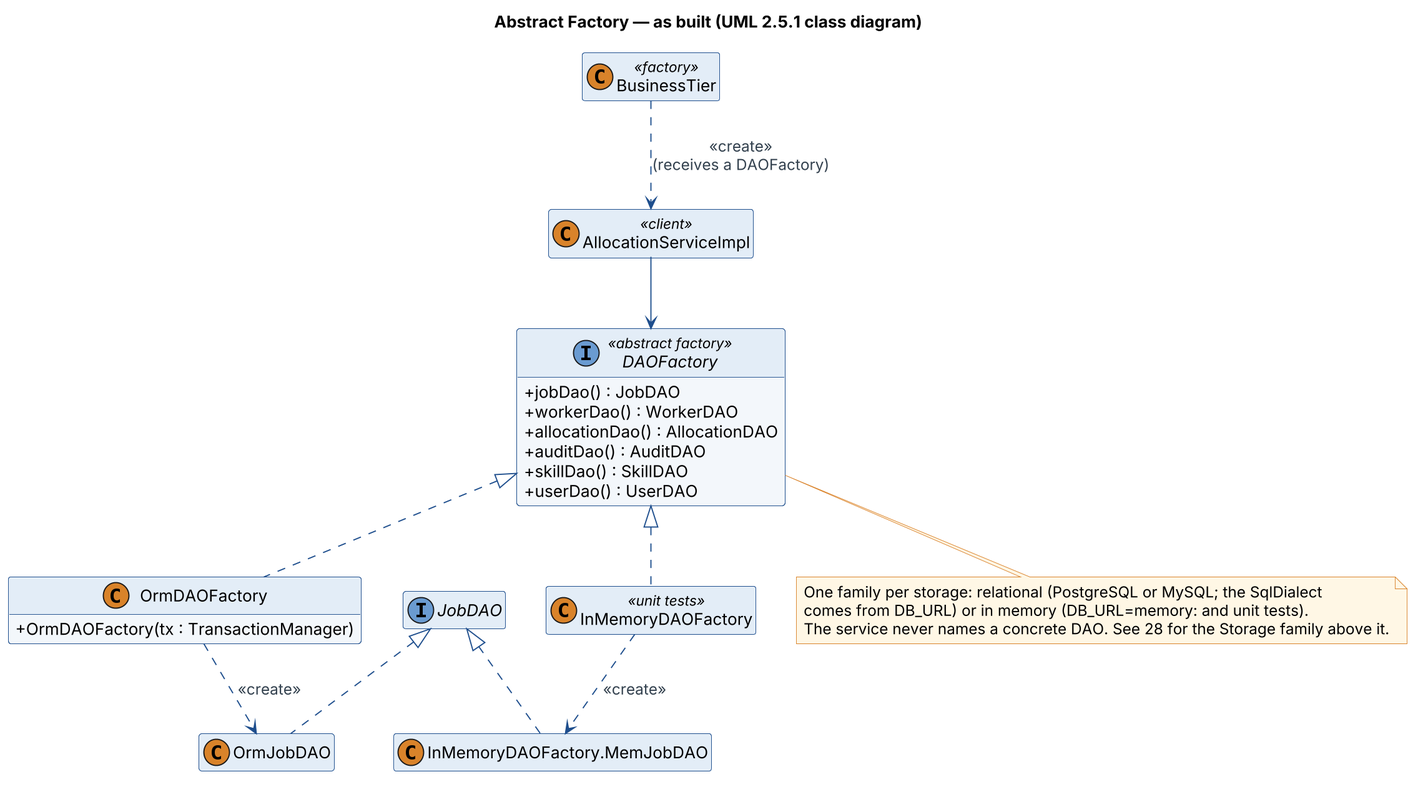
Earlier version of the PlantUML export diagrams/png/12-factory.png (jaricsng/ooad-3tier-job-allocation).
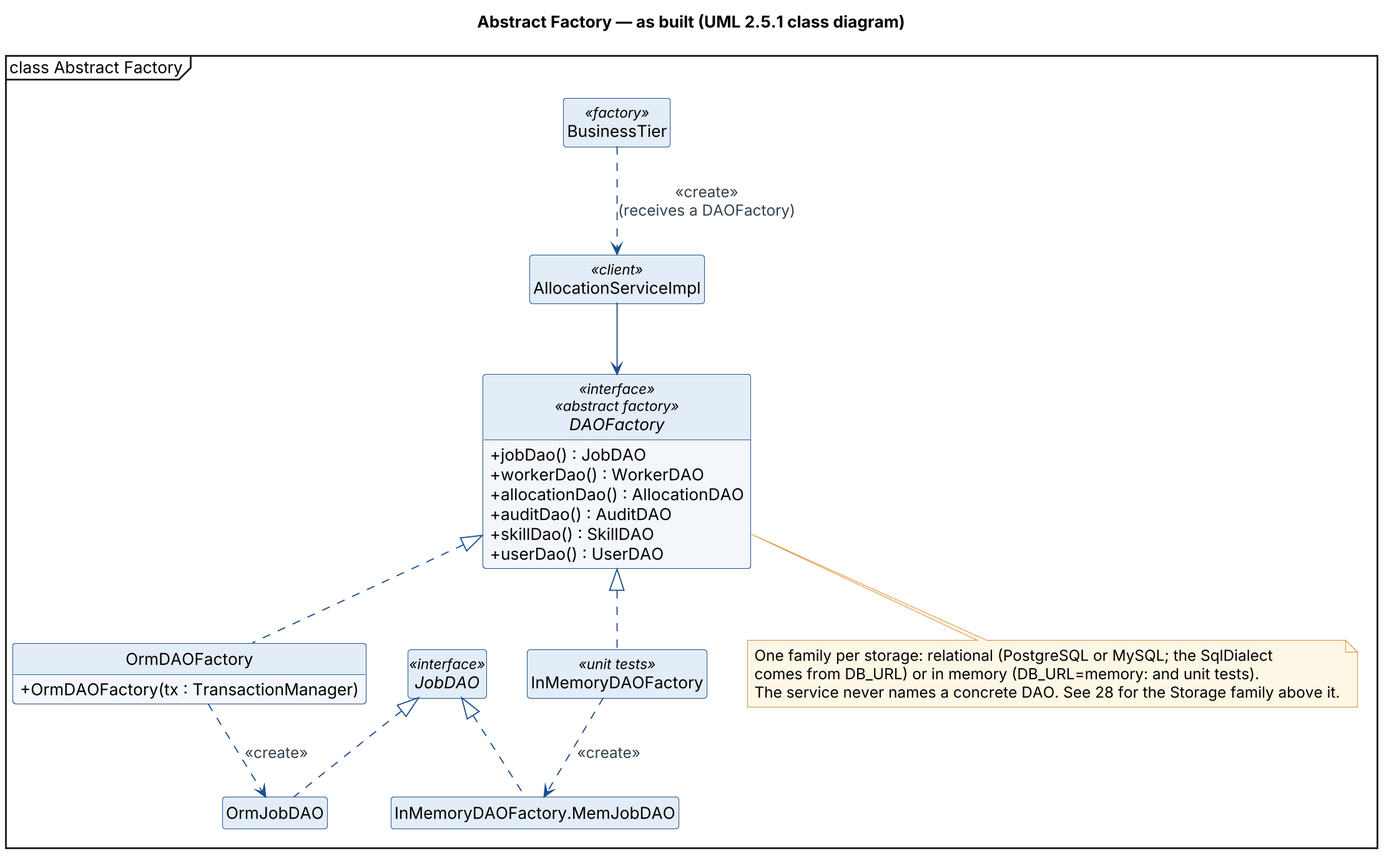
After the commit.

The edit, as a diff of the source:
```diff
@@ -1,10 +1,11 @@
 @startuml
 skinparamlocked dpi 180
 !include style.iuml
+mainframe class Abstract Factory
 skinparam classAttributeIconSize 0
 hide empty members
 title Abstract Factory — as built (UML 2.5.1 class diagram)
-interface DAOFactory <<abstract factory>> {
+interface DAOFactory <<interface>> <<abstract factory>> {
   +jobDao() : JobDAO
   +workerDao() : WorkerDAO
   +allocationDao() : AllocationDAO
@@ -16,7 +17,7 @@
   +OrmDAOFactory(tx : TransactionManager)
 }
 class InMemoryDAOFactory <<unit tests>>
-interface JobDAO
+interface JobDAO <<interface>>
 class OrmJobDAO
 class "InMemoryDAOFactory.MemJobDAO" as MemJobDAO
 class AllocationServiceImpl <<client>>
```
